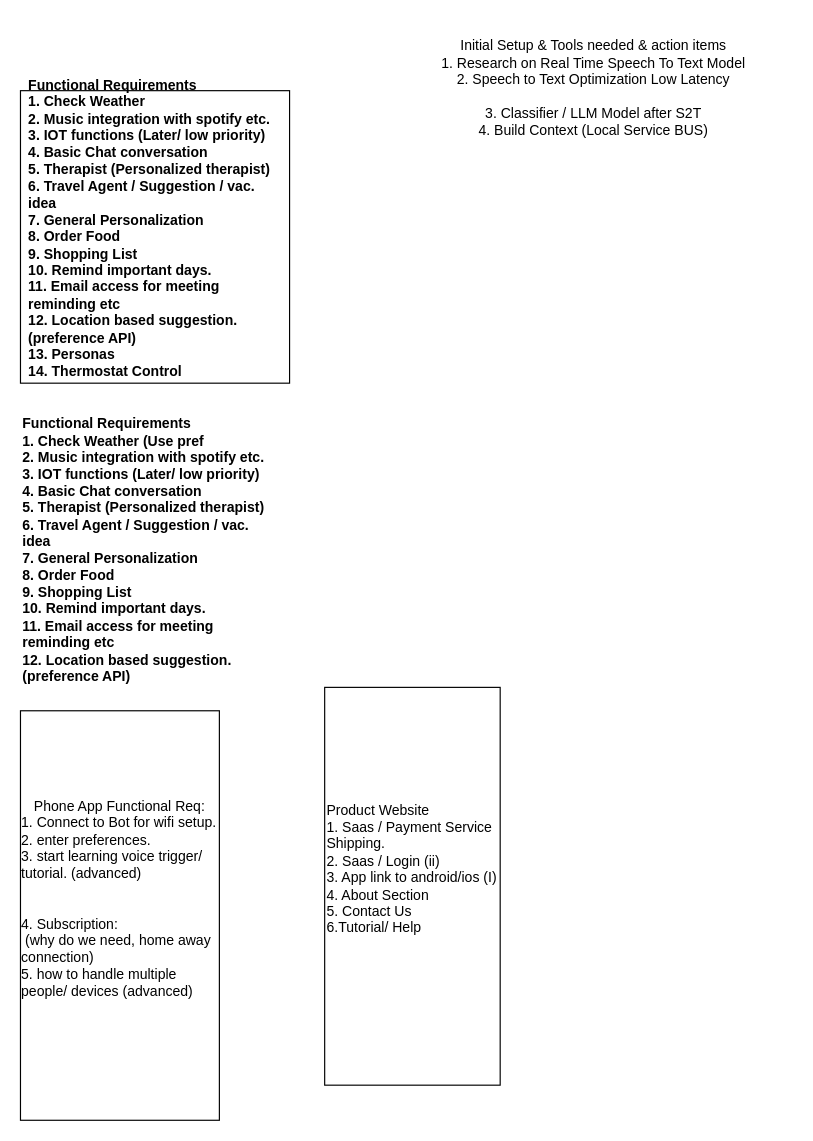
Above: page "Page-1" (1 of 4) of SoftwareDesign.drawio in kavinbala96/chatBot (draw.io), before the change. Source tidied: cells renumbered, new cells numbered last; positions are measured from the earlier drawing's top-left corner, leaving out a move shared by most shapes. Both pictures are drawn from the tidied source at 117%, with x=0, y=0 at pixel (20, 78).
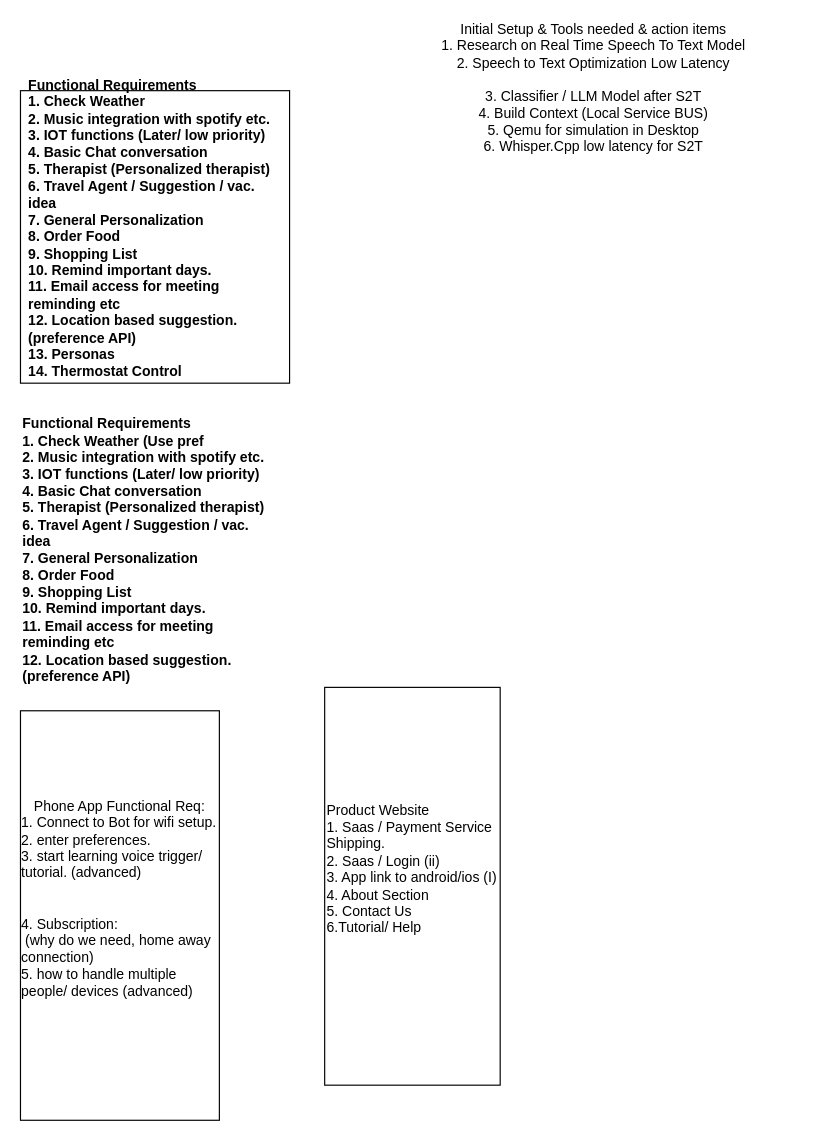
After the change.

The edit, as a diff of the source:
```diff
@@
 <mxGraphModel>
   <root>
     <mxCell id="0" />
     <mxCell id="1" parent="0" />
     <mxCell id="2" style="rounded=0;whiteSpace=wrap;html=1;" parent="1" vertex="1">
       <mxGeometry y="10" width="230" height="250" as="geometry" />
     </mxCell>
     <mxCell id="3" value="&lt;div align=&quot;left&quot;&gt;&lt;b&gt;Functional Requirements&lt;/b&gt;&lt;/div&gt;&lt;div align=&quot;left&quot;&gt;&lt;b&gt;1. Check Weather&lt;/b&gt;&lt;/div&gt;&lt;div align=&quot;left&quot;&gt;&lt;b&gt;2. Music integration with spotify etc.&lt;/b&gt;&lt;/div&gt;&lt;div align=&quot;left&quot;&gt;&lt;b&gt;3. IOT functions (Later/ low priority)&lt;/b&gt;&lt;/div&gt;&lt;div align=&quot;left&quot;&gt;&lt;b&gt;4. Basic Chat conversation&lt;/b&gt;&lt;/div&gt;&lt;div align=&quot;left&quot;&gt;&lt;b&gt;5. Therapist (Personalized therapist)&lt;/b&gt;&lt;/div&gt;&lt;div align=&quot;left&quot;&gt;&lt;b&gt;6. Travel Agent / Suggestion / vac. idea &lt;br&gt;&lt;/b&gt;&lt;/div&gt;&lt;div align=&quot;left&quot;&gt;&lt;b&gt;7. General Personalization&lt;/b&gt;&lt;/div&gt;&lt;div align=&quot;left&quot;&gt;&lt;b&gt;8. Order Food&lt;/b&gt;&lt;/div&gt;&lt;div align=&quot;left&quot;&gt;&lt;b&gt;9. Shopping List&lt;/b&gt;&lt;/div&gt;&lt;div align=&quot;left&quot;&gt;&lt;b&gt;10. Remind important days.&lt;/b&gt;&lt;/div&gt;&lt;div align=&quot;left&quot;&gt;&lt;b&gt;11. Email access for meeting reminding etc&lt;/b&gt;&lt;/div&gt;&lt;div align=&quot;left&quot;&gt;&lt;b&gt;12. Location based suggestion. (preference API)&lt;/b&gt;&lt;/div&gt;&lt;div align=&quot;left&quot;&gt;&lt;b&gt;13. Personas&lt;br&gt;&lt;/b&gt;&lt;/div&gt;&lt;div align=&quot;left&quot;&gt;&lt;b&gt;14. Thermostat Control&lt;br&gt;&lt;/b&gt;&lt;/div&gt;&lt;div align=&quot;left&quot;&gt;&lt;b&gt;&amp;nbsp;&amp;nbsp;&amp;nbsp;&amp;nbsp;&amp;nbsp; &lt;br&gt;&lt;/b&gt;&lt;/div&gt;" style="text;html=1;align=left;verticalAlign=middle;whiteSpace=wrap;rounded=0;" parent="1" vertex="1">
       <mxGeometry x="5" y="20" width="220" height="230" as="geometry" />
     </mxCell>
     <mxCell id="4" value="&lt;div align=&quot;left&quot;&gt;&lt;b&gt;Functional Requirements&lt;/b&gt;&lt;/div&gt;&lt;div align=&quot;left&quot;&gt;&lt;b&gt;1. Check Weather (Use pref&lt;br&gt;&lt;/b&gt;&lt;/div&gt;&lt;div align=&quot;left&quot;&gt;&lt;b&gt;2. Music integration with spotify etc.&lt;/b&gt;&lt;/div&gt;&lt;div align=&quot;left&quot;&gt;&lt;b&gt;3. IOT functions (Later/ low priority)&lt;/b&gt;&lt;/div&gt;&lt;div align=&quot;left&quot;&gt;&lt;b&gt;4. Basic Chat conversation&lt;/b&gt;&lt;/div&gt;&lt;div align=&quot;left&quot;&gt;&lt;b&gt;5. Therapist (Personalized therapist)&lt;/b&gt;&lt;/div&gt;&lt;div align=&quot;left&quot;&gt;&lt;b&gt;6. Travel Agent / Suggestion / vac. idea &lt;br&gt;&lt;/b&gt;&lt;/div&gt;&lt;div align=&quot;left&quot;&gt;&lt;b&gt;7. General Personalization&lt;/b&gt;&lt;/div&gt;&lt;div align=&quot;left&quot;&gt;&lt;b&gt;8. Order Food&lt;/b&gt;&lt;/div&gt;&lt;div align=&quot;left&quot;&gt;&lt;b&gt;9. Shopping List&lt;/b&gt;&lt;/div&gt;&lt;div align=&quot;left&quot;&gt;&lt;b&gt;10. Remind important days.&lt;/b&gt;&lt;/div&gt;&lt;div align=&quot;left&quot;&gt;&lt;b&gt;11. Email access for meeting reminding etc&lt;/b&gt;&lt;/div&gt;&lt;div align=&quot;left&quot;&gt;&lt;b&gt;12. Location based suggestion. (preference API)&lt;/b&gt;&lt;/div&gt;&lt;div align=&quot;left&quot;&gt;&lt;b&gt;&amp;nbsp;&amp;nbsp;&amp;nbsp;&amp;nbsp;&amp;nbsp; &lt;br&gt;&lt;/b&gt;&lt;/div&gt;" style="text;html=1;align=left;verticalAlign=middle;whiteSpace=wrap;rounded=0;" parent="1" vertex="1">
       <mxGeometry y="300" width="220" height="220" as="geometry" />
     </mxCell>
     <mxCell id="5" value="&lt;div&gt;Phone App Functional Req:&lt;/div&gt;&lt;div align=&quot;left&quot;&gt;1. Connect to Bot for wifi setup.&lt;/div&gt;&lt;div align=&quot;left&quot;&gt;2. enter preferences.&lt;/div&gt;&lt;div align=&quot;left&quot;&gt;3. start learning voice trigger/ tutorial. (advanced)&lt;br&gt;&lt;br&gt;&lt;br&gt;&lt;/div&gt;&lt;div align=&quot;left&quot;&gt;4. Subscription:&lt;/div&gt;&lt;div align=&quot;left&quot;&gt;&amp;nbsp;(why do we need, home away connection)&lt;/div&gt;&lt;div align=&quot;left&quot;&gt;5. how to handle multiple people/ devices (advanced)&lt;br&gt;&lt;/div&gt;&lt;div align=&quot;left&quot;&gt;&lt;br&gt;&lt;/div&gt;&lt;div&gt;&lt;br&gt;&lt;/div&gt;" style="whiteSpace=wrap;html=1;" parent="1" vertex="1">
       <mxGeometry y="540" width="170" height="350" as="geometry" />
     </mxCell>
     <mxCell id="6" value="&lt;div align=&quot;left&quot;&gt;Product Website&lt;/div&gt;&lt;div align=&quot;left&quot;&gt;1. Saas / Payment Service Shipping.&lt;br&gt;&lt;/div&gt;&lt;div align=&quot;left&quot;&gt;2. Saas / Login (ii)&lt;br&gt;&lt;/div&gt;&lt;div align=&quot;left&quot;&gt;3. App link to android/ios (I)&lt;/div&gt;&lt;div align=&quot;left&quot;&gt;4. About Section&lt;/div&gt;&lt;div align=&quot;left&quot;&gt;5. Contact Us&lt;/div&gt;&lt;div align=&quot;left&quot;&gt;6.Tutorial/ Help&lt;br&gt;&lt;/div&gt;&lt;div align=&quot;left&quot;&gt;&lt;br&gt;&lt;/div&gt;&lt;div align=&quot;left&quot;&gt;&lt;br&gt;&lt;/div&gt;" style="whiteSpace=wrap;html=1;align=left;" parent="1" vertex="1">
       <mxGeometry x="260" y="520" width="150" height="340" as="geometry" />
     </mxCell>
-    <mxCell id="7" value="&lt;div&gt;Initial Setup &amp;amp; Tools needed &amp;amp; action items&lt;br&gt;&lt;/div&gt;&lt;div&gt;1. Research on Real Time Speech To Text Model&lt;/div&gt;&lt;div&gt;2. Speech to Text Optimization Low Latency&lt;/div&gt;&lt;div&gt;&lt;br&gt;&lt;/div&gt;&lt;div&gt;3. Classifier / LLM Model after S2T&lt;/div&gt;&lt;div&gt;4. Build Context (Local Service BUS)&lt;br&gt;&lt;/div&gt;&lt;div&gt;&lt;br&gt;&lt;/div&gt;" style="text;html=1;align=center;verticalAlign=middle;whiteSpace=wrap;rounded=0;" parent="1" vertex="1">
+    <mxCell id="7" value="&lt;div&gt;Initial Setup &amp;amp; Tools needed &amp;amp; action items&lt;br&gt;&lt;/div&gt;&lt;div&gt;1. Research on Real Time Speech To Text Model&lt;/div&gt;&lt;div&gt;2. Speech to Text Optimization Low Latency&lt;/div&gt;&lt;div&gt;&lt;br&gt;&lt;/div&gt;&lt;div&gt;3. Classifier / LLM Model after S2T&lt;/div&gt;&lt;div&gt;4. Build Context (Local Service BUS)&lt;/div&gt;&lt;div&gt;5. Qemu for simulation in Desktop&lt;/div&gt;&lt;div&gt;6. Whisper.Cpp low latency for S2T&lt;br&gt;&lt;/div&gt;&lt;div&gt;&lt;br&gt;&lt;/div&gt;" style="text;html=1;align=center;verticalAlign=middle;whiteSpace=wrap;rounded=0;" parent="1" vertex="1">
       <mxGeometry x="320" width="340" height="30" as="geometry" />
     </mxCell>
   </root>
 </mxGraphModel>
```
